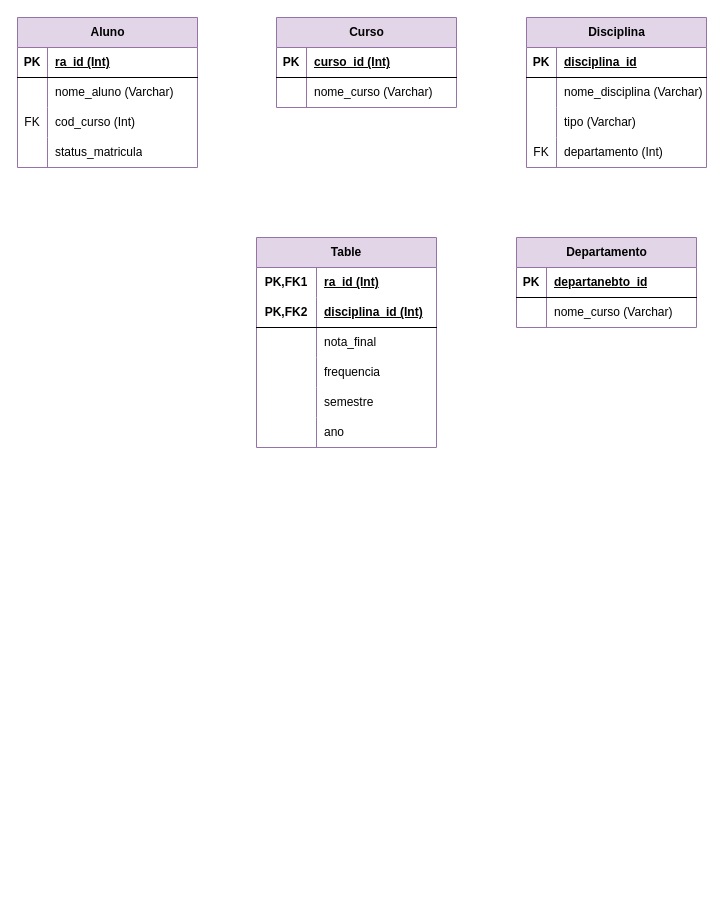
Earlier version of the draw.io diagram faculdadebd.drawio (Laraewellen/Banco-de-dados-teste). Source tidied: cells renumbered, new cells numbered last; positions are measured from the earlier drawing's top-left corner, leaving out a move shared by most shapes. Both pictures are drawn from the tidied source at 100%, with x=0, y=0 at pixel (17, 17).
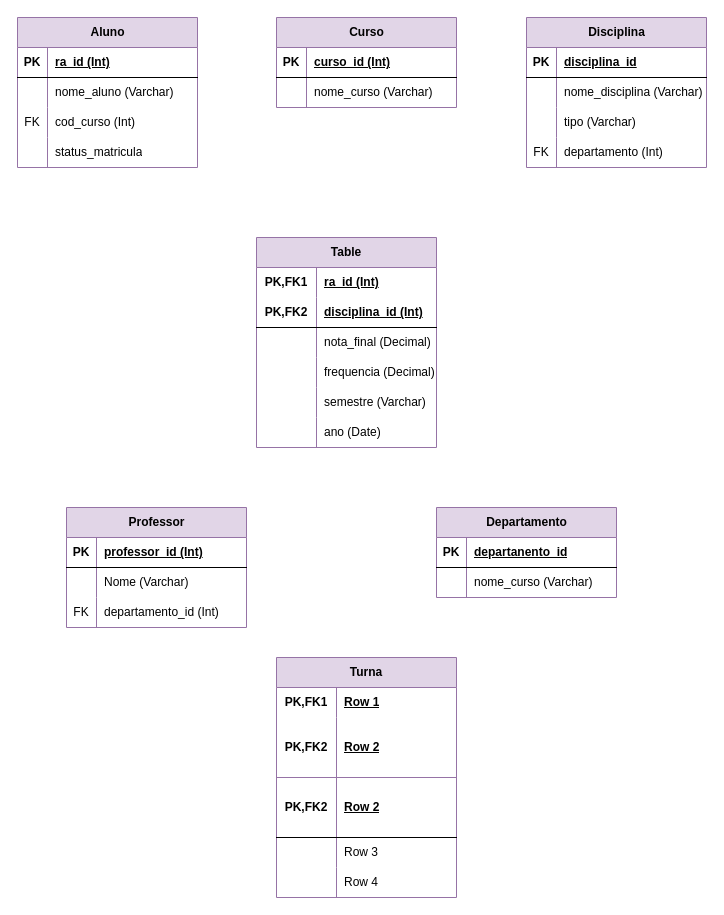
Above is the later version.

Unchanged cells that the change refers to:
```xml
<mxCell id="42" style="shape=tableRow;horizontal=0;startSize=0;swimlaneHead=0;swimlaneBody=0;fillColor=none;top=0;left=0;right=0;bottom=0;html=1;" parent="35" vertex="1">
  <mxGeometry y="90" width="180" height="30" as="geometry" />
</mxCell>
<mxCell id="45" style="shape=tableRow;horizontal=0;startSize=0;swimlaneHead=0;swimlaneBody=0;fillColor=none;top=0;left=0;right=0;bottom=0;html=1;" parent="35" vertex="1">
  <mxGeometry y="120" width="180" height="30" as="geometry" />
</mxCell>
<mxCell id="48" style="shape=tableRow;horizontal=0;startSize=0;swimlaneHead=0;swimlaneBody=0;fillColor=none;top=0;left=0;right=0;bottom=0;html=1;" parent="35" vertex="1">
  <mxGeometry y="150" width="180" height="30" as="geometry" />
</mxCell>
<mxCell id="51" style="shape=tableRow;horizontal=0;startSize=0;swimlaneHead=0;swimlaneBody=0;fillColor=none;top=0;left=0;right=0;bottom=0;html=1;" parent="35" vertex="1">
  <mxGeometry y="180" width="180" height="30" as="geometry" />
</mxCell>
<mxCell id="55" style="shape=tableRow;horizontal=0;startSize=0;swimlaneHead=0;swimlaneBody=0;fillColor=none;top=0;left=0;right=0;bottom=1;" parent="54" vertex="1">
  <mxGeometry y="30" width="180" height="30" as="geometry" />
</mxCell>
```

Diff of the diagram source:
```diff
@@
-    <mxCell id="44" value="nota_final" style="shape=partialRectangle;fillColor=none;top=0;left=0;bottom=0;right=0;align=left;spacingLeft=6;overflow=hidden;html=1;whiteSpace=wrap;" parent="42" vertex="1">
+    <mxCell id="44" value="nota_final (Decimal)" style="shape=partialRectangle;fillColor=none;top=0;left=0;bottom=0;right=0;align=left;spacingLeft=6;overflow=hidden;html=1;whiteSpace=wrap;" parent="42" vertex="1">
       <mxGeometry x="60" width="120" height="30" as="geometry" />
     </mxCell>
@@
-    <mxCell id="47" value="frequencia" style="shape=partialRectangle;fillColor=none;top=0;left=0;bottom=0;right=0;align=left;spacingLeft=6;overflow=hidden;html=1;whiteSpace=wrap;" parent="45" vertex="1">
+    <mxCell id="47" value="frequencia (Decimal)" style="shape=partialRectangle;fillColor=none;top=0;left=0;bottom=0;right=0;align=left;spacingLeft=6;overflow=hidden;html=1;whiteSpace=wrap;" parent="45" vertex="1">
       <mxGeometry x="60" width="120" height="30" as="geometry" />
     </mxCell>
@@
-    <mxCell id="50" value="semestre" style="shape=partialRectangle;fillColor=none;top=0;left=0;bottom=0;right=0;align=left;spacingLeft=6;overflow=hidden;html=1;whiteSpace=wrap;" parent="48" vertex="1">
+    <mxCell id="50" value="semestre (Varchar)" style="shape=partialRectangle;fillColor=none;top=0;left=0;bottom=0;right=0;align=left;spacingLeft=6;overflow=hidden;html=1;whiteSpace=wrap;" parent="48" vertex="1">
       <mxGeometry x="60" width="120" height="30" as="geometry" />
     </mxCell>
@@
-    <mxCell id="53" value="ano" style="shape=partialRectangle;fillColor=none;top=0;left=0;bottom=0;right=0;align=left;spacingLeft=6;overflow=hidden;html=1;whiteSpace=wrap;" parent="51" vertex="1">
+    <mxCell id="53" value="ano (Date)" style="shape=partialRectangle;fillColor=none;top=0;left=0;bottom=0;right=0;align=left;spacingLeft=6;overflow=hidden;html=1;whiteSpace=wrap;" parent="51" vertex="1">
       <mxGeometry x="60" width="120" height="30" as="geometry" />
     </mxCell>
     <mxCell id="54" value="Departamento" style="shape=table;startSize=30;childLayout=tableLayout;rowLines=0;fontStyle=1;align=center;html=1;fillColor=#e1d5e7;strokeColor=#9673a6;" parent="1" vertex="1">
-      <mxGeometry x="499" y="220" width="180" height="90" as="geometry" />
+      <mxGeometry x="419" y="490" width="180" height="90" as="geometry" />
     </mxCell>
@@
-    <mxCell id="57" value="departanebto_id" style="shape=partialRectangle;fillColor=none;top=0;left=0;bottom=0;right=0;align=left;spacingLeft=6;fontStyle=5;overflow=hidden;whiteSpace=wrap;html=1;" parent="55" vertex="1">
+    <mxCell id="57" value="departanento_id" style="shape=partialRectangle;fillColor=none;top=0;left=0;bottom=0;right=0;align=left;spacingLeft=6;fontStyle=5;overflow=hidden;whiteSpace=wrap;html=1;" parent="55" vertex="1">
       <mxGeometry x="30" width="150" height="30" as="geometry" />
     </mxCell>
@@
+    <mxCell id="61" value="Professor" style="shape=table;startSize=30;childLayout=tableLayout;rowLines=0;fontStyle=1;align=center;html=1;fillColor=#e1d5e7;strokeColor=#9673a6;" parent="1" vertex="1">
+      <mxGeometry x="49" y="490" width="180" height="120" as="geometry" />
+    </mxCell>
+    <mxCell id="62" style="shape=tableRow;horizontal=0;startSize=0;swimlaneHead=0;swimlaneBody=0;fillColor=none;top=0;left=0;right=0;bottom=1;" parent="61" vertex="1">
+      <mxGeometry y="30" width="180" height="30" as="geometry" />
+    </mxCell>
+    <mxCell id="63" value="PK" style="shape=partialRectangle;fillColor=none;top=0;left=0;bottom=0;right=0;fontStyle=1;overflow=hidden;whiteSpace=wrap;html=1;" parent="62" vertex="1">
+      <mxGeometry width="30" height="30" as="geometry" />
+    </mxCell>
+    <mxCell id="64" value="professor_id (Int)" style="shape=partialRectangle;fillColor=none;top=0;left=0;bottom=0;right=0;align=left;spacingLeft=6;fontStyle=5;overflow=hidden;whiteSpace=wrap;html=1;" parent="62" vertex="1">
+      <mxGeometry x="30" width="150" height="30" as="geometry" />
+    </mxCell>
+    <mxCell id="65" style="shape=tableRow;horizontal=0;startSize=0;swimlaneHead=0;swimlaneBody=0;fillColor=none;top=0;left=0;right=0;bottom=0;" parent="61" vertex="1">
+      <mxGeometry y="60" width="180" height="30" as="geometry" />
+    </mxCell>
+    <mxCell id="66" style="shape=partialRectangle;fillColor=none;top=0;left=0;bottom=0;right=0;overflow=hidden;whiteSpace=wrap;html=1;" parent="65" vertex="1">
+      <mxGeometry width="30" height="30" as="geometry" />
+    </mxCell>
+    <mxCell id="67" value="Nome (Varchar)" style="shape=partialRectangle;fillColor=none;top=0;left=0;bottom=0;right=0;align=left;spacingLeft=6;overflow=hidden;whiteSpace=wrap;html=1;" parent="65" vertex="1">
+      <mxGeometry x="30" width="150" height="30" as="geometry" />
+    </mxCell>
+    <mxCell id="68" style="shape=tableRow;horizontal=0;startSize=0;swimlaneHead=0;swimlaneBody=0;fillColor=none;top=0;left=0;right=0;bottom=0;" parent="61" vertex="1">
+      <mxGeometry y="90" width="180" height="30" as="geometry" />
+    </mxCell>
+    <mxCell id="69" value="FK" style="shape=partialRectangle;fillColor=none;top=0;left=0;bottom=0;right=0;overflow=hidden;whiteSpace=wrap;html=1;" parent="68" vertex="1">
+      <mxGeometry width="30" height="30" as="geometry" />
+    </mxCell>
+    <mxCell id="70" value="departamento_id (Int)" style="shape=partialRectangle;fillColor=none;top=0;left=0;bottom=0;right=0;align=left;spacingLeft=6;overflow=hidden;whiteSpace=wrap;html=1;" parent="68" vertex="1">
+      <mxGeometry x="30" width="150" height="30" as="geometry" />
+    </mxCell>
+    <mxCell id="71" value="Turna" style="shape=table;startSize=30;childLayout=tableLayout;rowLines=0;fontStyle=1;align=center;html=1;whiteSpace=wrap;fillColor=#e1d5e7;strokeColor=#9673a6;" parent="1" vertex="1">
+      <mxGeometry x="259" y="640" width="180" height="240" as="geometry" />
+    </mxCell>
+    <mxCell id="72" style="shape=tableRow;horizontal=0;startSize=0;swimlaneHead=0;swimlaneBody=0;fillColor=none;top=0;left=0;right=0;bottom=0;html=1;" parent="71" vertex="1">
+      <mxGeometry y="30" width="180" height="30" as="geometry" />
+    </mxCell>
+    <mxCell id="73" value="PK,FK1" style="shape=partialRectangle;fillColor=none;top=0;left=0;bottom=0;right=0;fontStyle=1;overflow=hidden;html=1;whiteSpace=wrap;" parent="72" vertex="1">
+      <mxGeometry width="60" height="30" as="geometry" />
+    </mxCell>
+    <mxCell id="74" value="Row 1" style="shape=partialRectangle;fillColor=none;top=0;left=0;bottom=0;right=0;align=left;spacingLeft=6;fontStyle=5;overflow=hidden;html=1;whiteSpace=wrap;" parent="72" vertex="1">
+      <mxGeometry x="60" width="120" height="30" as="geometry" />
+    </mxCell>
+    <mxCell id="75" style="shape=tableRow;horizontal=0;startSize=0;swimlaneHead=0;swimlaneBody=0;fillColor=none;top=0;left=0;right=0;bottom=1;html=1;strokeColor=inherit;" parent="71" vertex="1">
+      <mxGeometry y="60" width="180" height="60" as="geometry" />
+    </mxCell>
+    <mxCell id="76" value="PK,FK2" style="shape=partialRectangle;fillColor=none;top=0;left=0;bottom=0;right=0;fontStyle=1;overflow=hidden;html=1;whiteSpace=wrap;" parent="75" vertex="1">
+      <mxGeometry width="60" height="60" as="geometry" />
+    </mxCell>
+    <mxCell id="77" value="Row 2" style="shape=partialRectangle;fillColor=none;top=0;left=0;bottom=0;right=0;align=left;spacingLeft=6;fontStyle=5;overflow=hidden;html=1;whiteSpace=wrap;" parent="75" vertex="1">
+      <mxGeometry x="60" width="120" height="60" as="geometry" />
+    </mxCell>
+    <mxCell id="78" style="shape=tableRow;horizontal=0;startSize=0;swimlaneHead=0;swimlaneBody=0;fillColor=none;top=0;left=0;right=0;bottom=1;html=1;" parent="71" vertex="1">
+      <mxGeometry y="120" width="180" height="60" as="geometry" />
+    </mxCell>
+    <mxCell id="79" value="PK,FK2" style="shape=partialRectangle;fillColor=none;top=0;left=0;bottom=0;right=0;fontStyle=1;overflow=hidden;html=1;whiteSpace=wrap;" parent="78" vertex="1">
+      <mxGeometry width="60" height="60" as="geometry" />
+    </mxCell>
+    <mxCell id="80" value="Row 2" style="shape=partialRectangle;fillColor=none;top=0;left=0;bottom=0;right=0;align=left;spacingLeft=6;fontStyle=5;overflow=hidden;html=1;whiteSpace=wrap;" parent="78" vertex="1">
+      <mxGeometry x="60" width="120" height="60" as="geometry" />
+    </mxCell>
+    <mxCell id="81" style="shape=tableRow;horizontal=0;startSize=0;swimlaneHead=0;swimlaneBody=0;fillColor=none;top=0;left=0;right=0;bottom=0;html=1;" parent="71" vertex="1">
+      <mxGeometry y="180" width="180" height="30" as="geometry" />
+    </mxCell>
+    <mxCell id="82" style="shape=partialRectangle;fillColor=none;top=0;left=0;bottom=0;right=0;overflow=hidden;html=1;whiteSpace=wrap;" parent="81" vertex="1">
+      <mxGeometry width="60" height="30" as="geometry" />
+    </mxCell>
+    <mxCell id="83" value="Row 3" style="shape=partialRectangle;fillColor=none;top=0;left=0;bottom=0;right=0;align=left;spacingLeft=6;overflow=hidden;html=1;whiteSpace=wrap;" parent="81" vertex="1">
+      <mxGeometry x="60" width="120" height="30" as="geometry" />
+    </mxCell>
+    <mxCell id="84" style="shape=tableRow;horizontal=0;startSize=0;swimlaneHead=0;swimlaneBody=0;fillColor=none;top=0;left=0;right=0;bottom=0;html=1;" parent="71" vertex="1">
+      <mxGeometry y="210" width="180" height="30" as="geometry" />
+    </mxCell>
+    <mxCell id="85" style="shape=partialRectangle;fillColor=none;top=0;left=0;bottom=0;right=0;overflow=hidden;html=1;whiteSpace=wrap;" parent="84" vertex="1">
+      <mxGeometry width="60" height="30" as="geometry" />
+    </mxCell>
+    <mxCell id="86" value="Row 4" style="shape=partialRectangle;fillColor=none;top=0;left=0;bottom=0;right=0;align=left;spacingLeft=6;overflow=hidden;html=1;whiteSpace=wrap;" parent="84" vertex="1">
+      <mxGeometry x="60" width="120" height="30" as="geometry" />
+    </mxCell>
```
